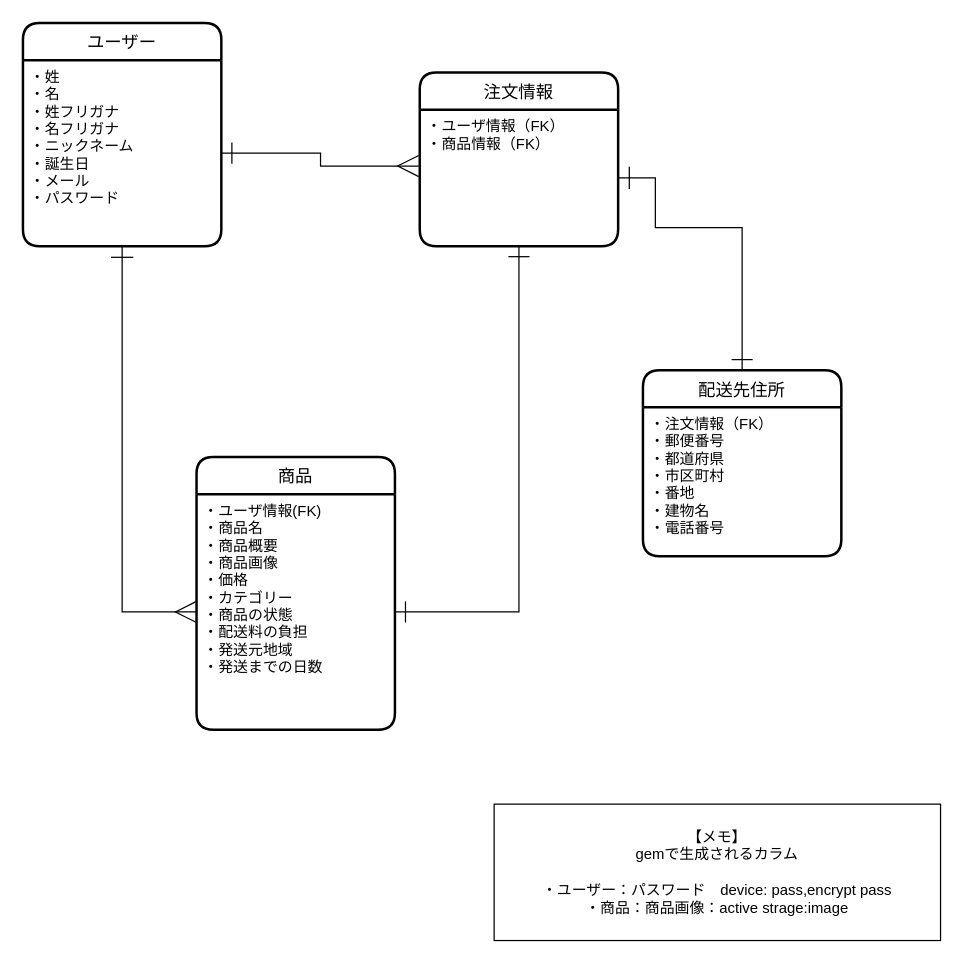
This is DB.dio from onigiricororin/furima-29104, a draw.io file, before an edit. Source tidied: cells renumbered, new cells numbered last; positions are measured from the earlier drawing's top-left corner, leaving out a move shared by most shapes. Both pictures are drawn from the tidied source at 124%, with x=0, y=0 at pixel (22, 22).
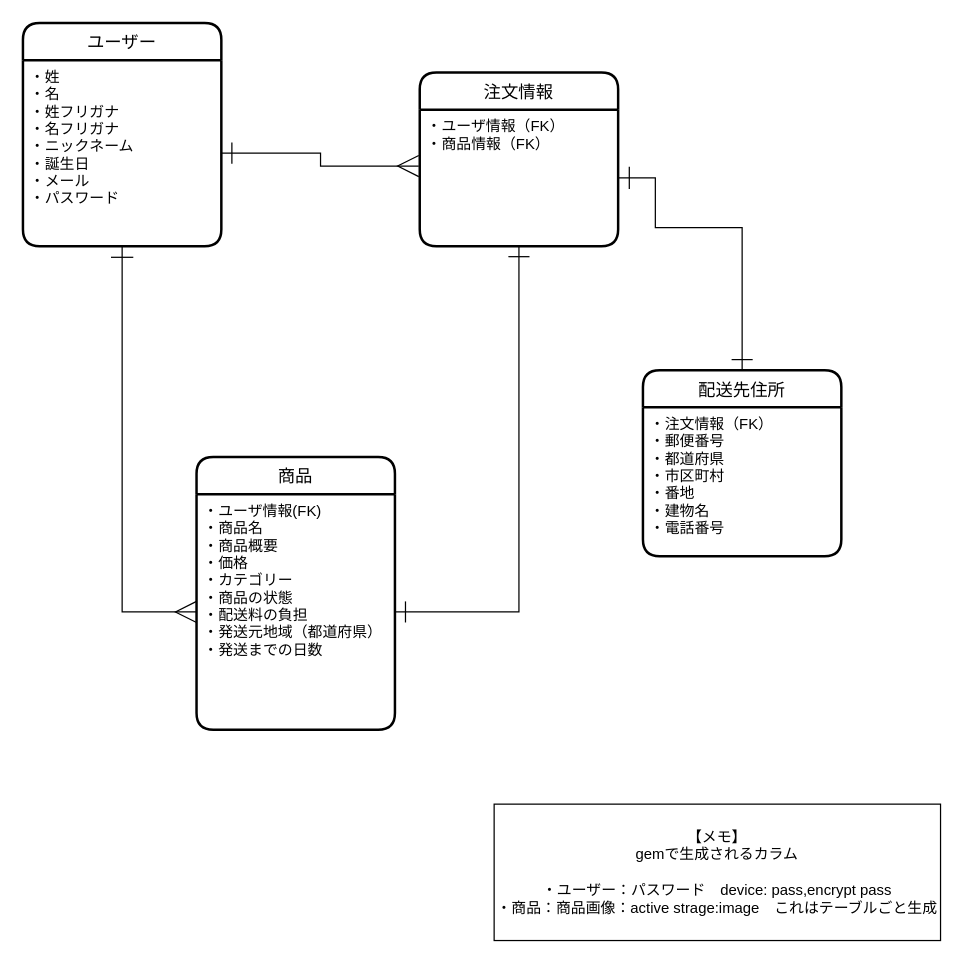
Above is the later version.

Commit message (it also covers changes not shown here):
テーブル設計(修正201219_2)

The change refers to these unchanged cells:
```xml
<mxCell id="5" value="商品" style="swimlane;horizontal=1;startSize=30;rounded=1;fontSize=14;fontStyle=0;strokeWidth=2;shadow=0;dashed=0;align=center;" parent="1" vertex="1">
  <mxGeometry x="140" y="350" width="160" height="220" as="geometry" />
</mxCell>
```

What changed in the source:
```diff
@@
-    <mxCell id="6" value="・ユーザ情報(FK)&#10;・商品名&#10;・商品概要&#10;・商品画像&#10;・価格&#10;・カテゴリー&#10;・商品の状態&#10;・配送料の負担&#10;・発送元地域&#10;・発送までの日数" style="align=left;strokeColor=none;fillColor=none;spacingLeft=4;fontSize=12;verticalAlign=top;" parent="5" vertex="1">
+    <mxCell id="6" value="・ユーザ情報(FK)&#10;・商品名&#10;・商品概要&#10;・価格&#10;・カテゴリー&#10;・商品の状態&#10;・配送料の負担&#10;・発送元地域（都道府県）&#10;・発送までの日数" style="align=left;strokeColor=none;fillColor=none;spacingLeft=4;fontSize=12;verticalAlign=top;" parent="5" vertex="1">
       <mxGeometry y="30" width="160" height="190" as="geometry" />
     </mxCell>
@@
-    <mxCell id="16" value="【メモ】&lt;br&gt;gemで生成されるカラム&lt;br&gt;&lt;br&gt;・ユーザー：パスワード　device: pass,encrypt pass&lt;br&gt;・商品：商品画像：active strage:image" style="rounded=0;whiteSpace=wrap;html=1;" parent="1" vertex="1">
+    <mxCell id="16" value="【メモ】&lt;br&gt;gemで生成されるカラム&lt;br&gt;&lt;br&gt;・ユーザー：パスワード　device: pass,encrypt pass&lt;br&gt;・商品：商品画像：active strage:image　これはテーブルごと生成" style="rounded=0;whiteSpace=wrap;html=1;" parent="1" vertex="1">
       <mxGeometry x="380" y="630" width="360" height="110" as="geometry" />
     </mxCell>
```
